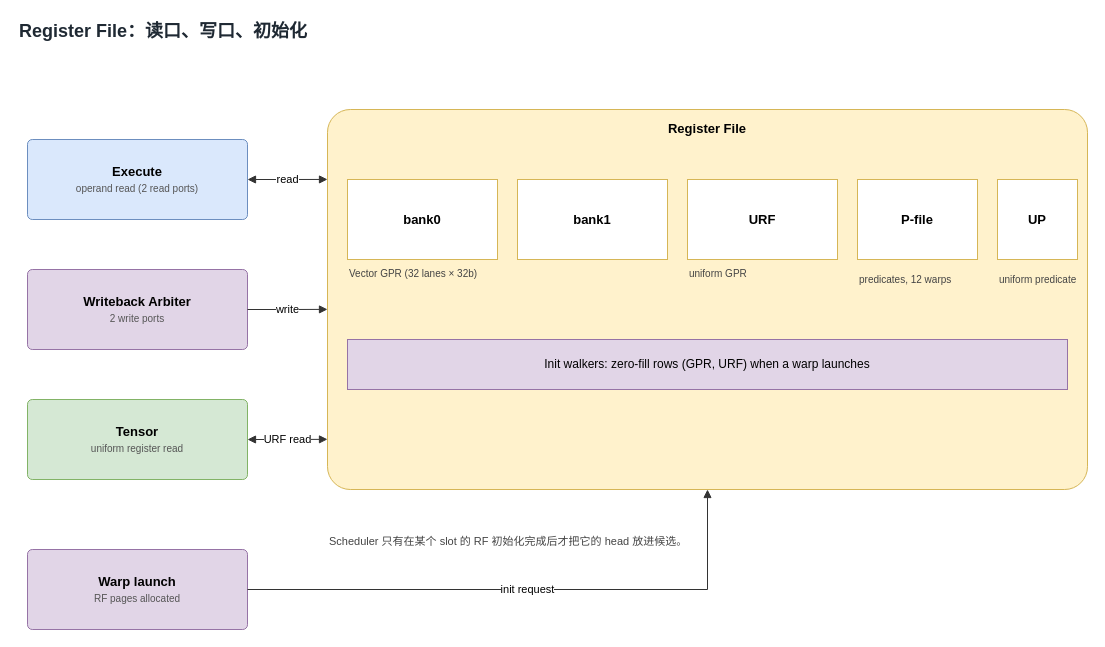
WHUDYF/PPT-generate keeps this draw.io diagram as projects/currygpu_subcore_ppt169_20261004/sources/05-register-file.drawio. Above is the earlier version. Source tidied: cells renumbered, new cells numbered last; positions are measured from the earlier drawing's top-left corner, leaving out a move shared by most shapes. Both pictures are drawn from the tidied source at 100%, with x=0, y=0 at pixel (17, 17).
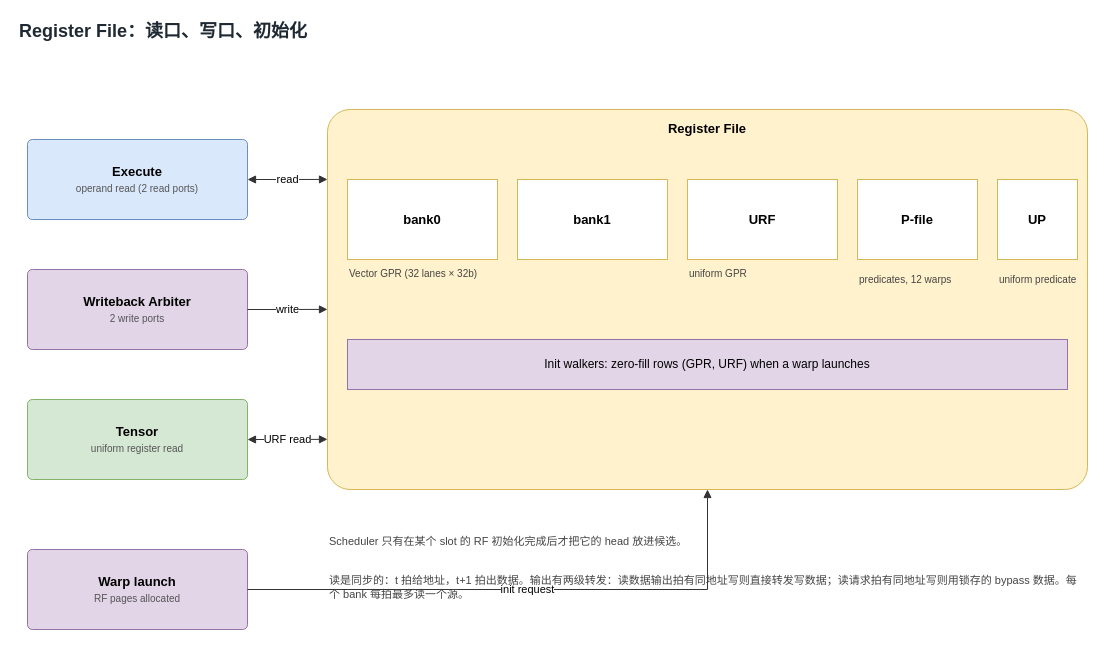
The same page after the edit.

Diff of the diagram source:
```diff
@@
+    <mxCell id="23" value="读是同步的：t 拍给地址，t+1 拍出数据。输出有两级转发：读数据输出拍有同地址写则直接转发写数据；读请求拍有同地址写则用锁存的 bypass 数据。每个 bank 每拍最多读一个源。" style="text;html=1;align=left;verticalAlign=middle;whiteSpace=wrap;fontSize=11;fontColor=#444444;" parent="1" vertex="1">
+      <mxGeometry x="310" y="540" width="760" height="60" as="geometry" />
+    </mxCell>
```
